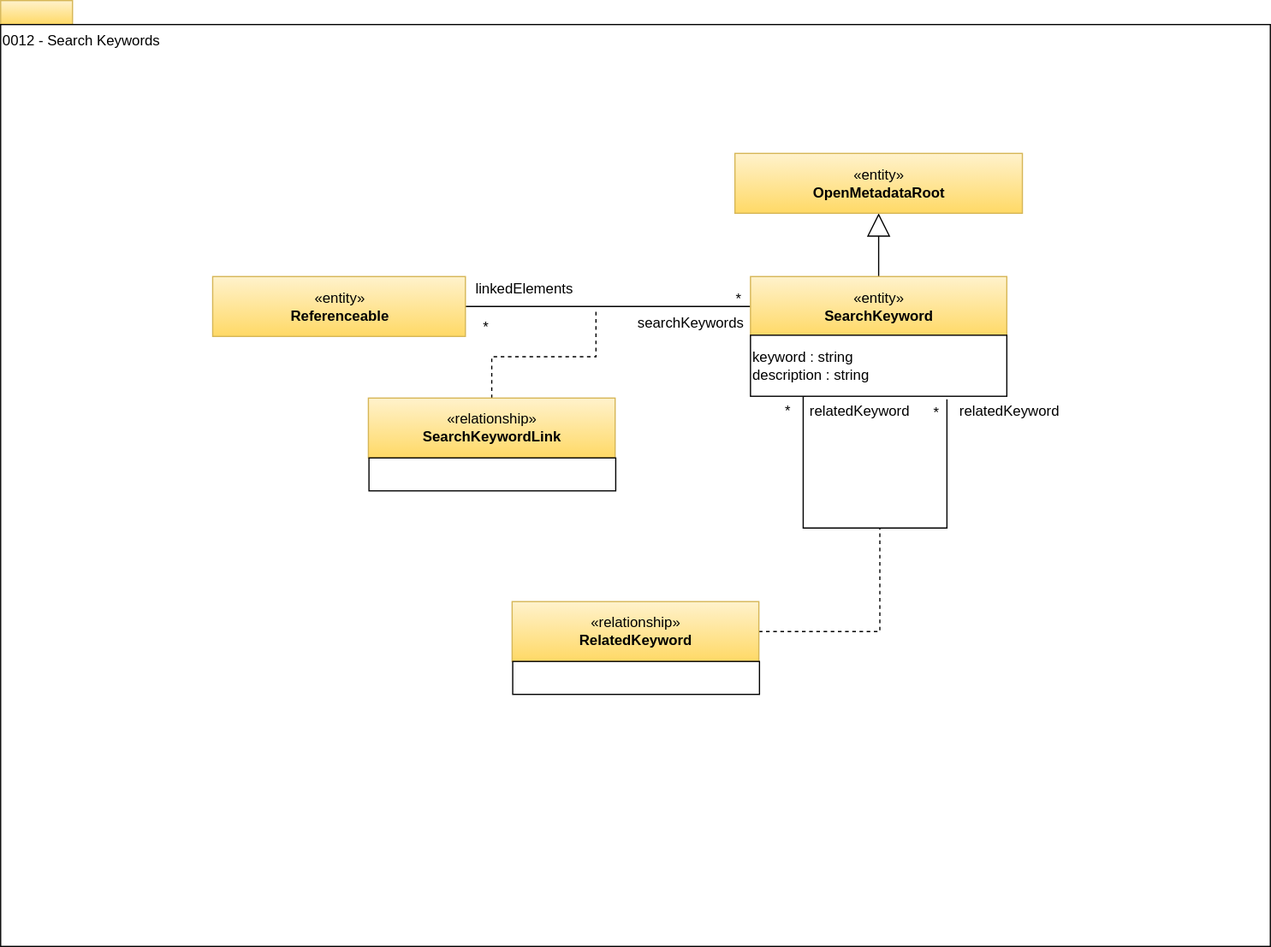
The draw.io diagram site/docs/types/0/0012-Search-Keywords.svg in odpi/egeria-docs, before a commit. Source tidied: cells renumbered, new cells last; positions are measured from the earlier drawing's top-left corner, leaving out a move shared by most shapes.
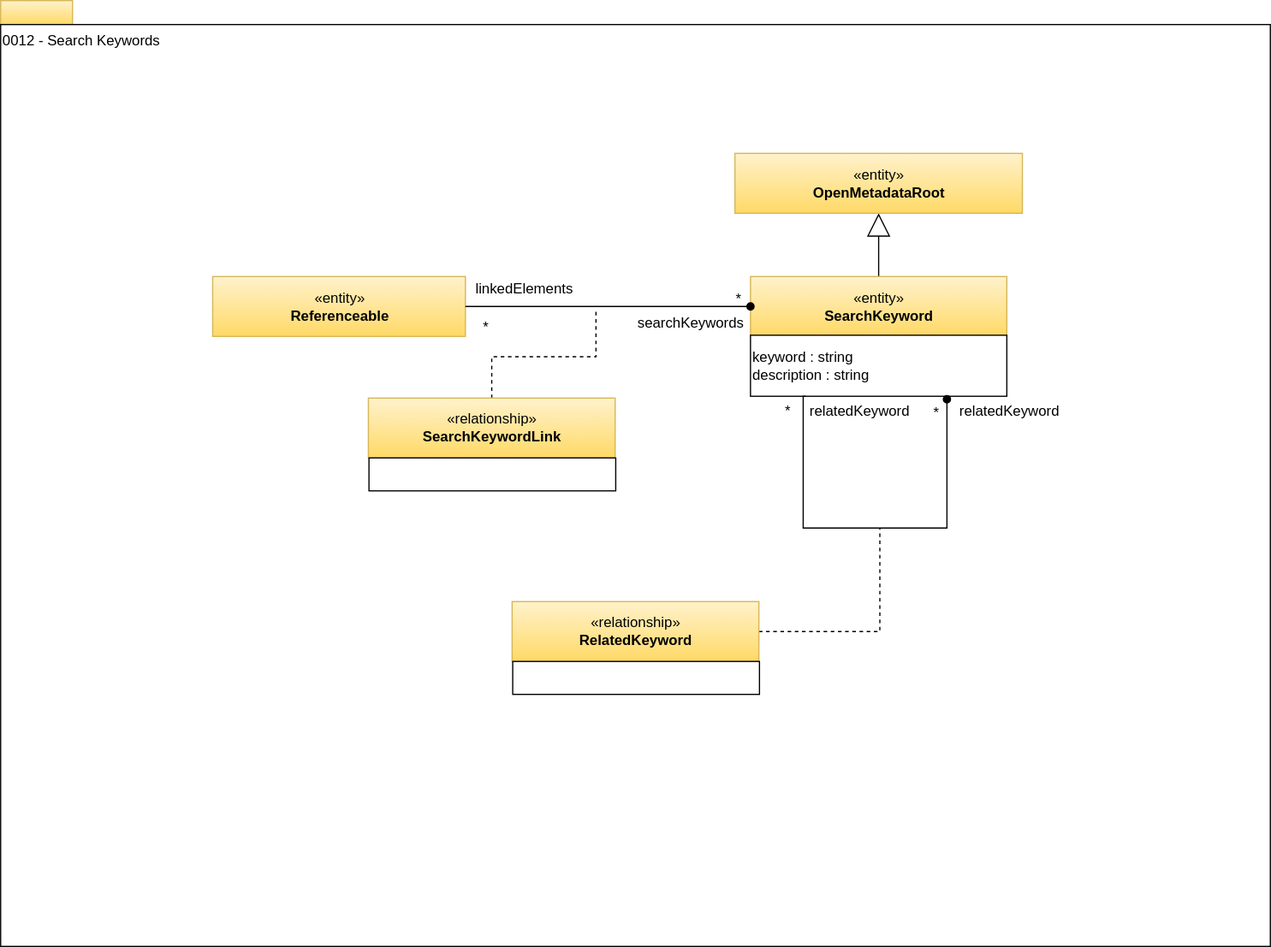
After the commit.

Diff of the diagram source:
```diff
@@ -8,83 +8,83 @@
     <mxCell id="3" value="0012 - Search Keywords" style="rounded=0;whiteSpace=wrap;html=1;align=left;verticalAlign=top;" parent="1" vertex="1">
       <mxGeometry y="20" width="1060" height="770" as="geometry" />
     </mxCell>
-    <mxCell id="4" style="edgeStyle=orthogonalEdgeStyle;rounded=0;html=1;exitX=0.05;exitY=-0.125;jettySize=auto;endArrow=none;endFill=0;exitDx=0;exitDy=0;exitPerimeter=0;" parent="1" edge="1" source="8">
+    <mxCell id="4" style="edgeStyle=orthogonalEdgeStyle;rounded=0;html=1;exitX=1;exitY=0.5;dashed=1;endArrow=none;endFill=0;jettySize=auto;" parent="1" edge="1" source="5">
       <mxGeometry relative="1" as="geometry">
-        <mxPoint x="790" y="333" as="targetPoint" />
-        <Array as="points">
-          <mxPoint x="670" y="330.5" />
-          <mxPoint x="670" y="440.5" />
-          <mxPoint x="790" y="440.5" />
-        </Array>
+        <mxPoint x="734" y="440.5" as="targetPoint" />
       </mxGeometry>
     </mxCell>
-    <mxCell id="5" style="edgeStyle=orthogonalEdgeStyle;rounded=0;html=1;exitX=1;exitY=0.5;dashed=1;endArrow=none;endFill=0;jettySize=auto;" parent="1" edge="1" source="6">
-      <mxGeometry relative="1" as="geometry">
-        <mxPoint x="734" y="440.5" as="targetPoint" />
-      </mxGeometry>
+    <mxCell id="5" value="«relationship»&lt;br&gt;&lt;b&gt;RelatedKeyword&lt;/b&gt;" style="html=1;strokeColor=#d6b656;align=center;fillColor=#fff2cc;gradientColor=#ffd966;" parent="1" vertex="1">
+      <mxGeometry x="427" y="502" width="206" height="50" as="geometry" />
     </mxCell>
-    <mxCell id="6" value="«relationship»&lt;br&gt;&lt;b&gt;RelatedKeyword&lt;/b&gt;" style="html=1;strokeColor=#d6b656;align=center;fillColor=#fff2cc;gradientColor=#ffd966;" parent="1" vertex="1">
-      <mxGeometry x="427" y="502" width="206" height="50" as="geometry" />
+    <mxCell id="6" style="rounded=0;whiteSpace=wrap;html=1;strokeColor=#000000;gradientColor=#ffffff;align=left;" parent="1" vertex="1">
+      <mxGeometry x="427.5" y="552" width="206" height="27.5" as="geometry" />
     </mxCell>
-    <mxCell id="7" style="rounded=0;whiteSpace=wrap;html=1;strokeColor=#000000;gradientColor=#ffffff;align=left;" parent="1" vertex="1">
-      <mxGeometry x="427.5" y="552" width="206" height="27.5" as="geometry" />
+    <mxCell id="7" value="relatedKeyword" style="text;html=1;points=[];align=center;verticalAlign=top;spacingTop=-4;" parent="1" vertex="1">
+      <mxGeometry x="667" y="333" width="100" height="20" as="geometry" />
     </mxCell>
-    <mxCell id="8" value="relatedKeyword" style="text;html=1;points=[];align=center;verticalAlign=top;spacingTop=-4;" parent="1" vertex="1">
-      <mxGeometry x="667" y="333" width="100" height="20" as="geometry" />
+    <mxCell id="8" value="*" style="text;html=1;points=[];align=center;verticalAlign=top;spacingTop=-4;" parent="1" vertex="1">
+      <mxGeometry x="647" y="333" width="20" height="20" as="geometry" />
     </mxCell>
     <mxCell id="9" value="*" style="text;html=1;align=center;verticalAlign=top;spacingTop=-4;" parent="1" vertex="1">
-      <mxGeometry x="647" y="333" width="20" height="20" as="geometry" />
+      <mxGeometry x="773" y="335" width="15" height="14" as="geometry" />
     </mxCell>
-    <mxCell id="10" value="*" style="text;html=1;align=center;verticalAlign=top;spacingTop=-4;" parent="1" vertex="1">
-      <mxGeometry x="773" y="335" width="15" height="14" as="geometry" />
+    <mxCell id="10" value="relatedKeyword" style="text;html=1;align=center;verticalAlign=top;spacingTop=-4;" parent="1" vertex="1">
+      <mxGeometry x="792" y="333" width="100" height="20" as="geometry" />
     </mxCell>
-    <mxCell id="11" value="relatedKeyword" style="text;html=1;points=[];align=center;verticalAlign=top;spacingTop=-4;" parent="1" vertex="1">
-      <mxGeometry x="792" y="333" width="100" height="20" as="geometry" />
+    <mxCell id="11" value="«entity»&lt;br&gt;&lt;b&gt;Referenceable&lt;/b&gt;" style="html=1;strokeColor=#d6b656;align=center;fillColor=#fff2cc;gradientColor=#ffd966;" parent="1" vertex="1">
+      <mxGeometry x="177" y="230.5" width="211" height="50" as="geometry" />
     </mxCell>
-    <mxCell id="12" style="edgeStyle=orthogonalEdgeStyle;rounded=0;jettySize=auto;html=1;exitX=1;exitY=0.5;exitDx=0;exitDy=0;endArrow=none;endFill=0;" parent="1" edge="1" source="13" target="15">
+    <mxCell id="12" style="edgeStyle=orthogonalEdgeStyle;rounded=0;jettySize=auto;html=1;entryX=0.5;entryY=1;entryDx=0;entryDy=0;endArrow=block;endFill=0;endSize=17;" parent="1" edge="1" source="13" target="22">
       <mxGeometry relative="1" as="geometry" />
     </mxCell>
-    <mxCell id="13" value="«entity»&lt;br&gt;&lt;b&gt;Referenceable&lt;/b&gt;" style="html=1;strokeColor=#d6b656;align=center;fillColor=#fff2cc;gradientColor=#ffd966;" parent="1" vertex="1">
-      <mxGeometry x="177" y="230.5" width="211" height="50" as="geometry" />
+    <mxCell id="13" value="«entity»&lt;br&gt;&lt;b&gt;SearchKeyword&lt;/b&gt;" style="html=1;strokeColor=#d6b656;align=center;fillColor=#fff2cc;gradientColor=#ffd966;" parent="1" vertex="1">
+      <mxGeometry x="626" y="230.5" width="214" height="50" as="geometry" />
     </mxCell>
-    <mxCell id="14" style="edgeStyle=orthogonalEdgeStyle;rounded=0;jettySize=auto;html=1;entryX=0.5;entryY=1;entryDx=0;entryDy=0;endArrow=block;endFill=0;endSize=17;" parent="1" edge="1" source="15" target="24">
-      <mxGeometry relative="1" as="geometry" />
+    <mxCell id="14" value="keyword : string&lt;br&gt;description : string&lt;br&gt;&lt;div style=&quot;text-align: left&quot;&gt;&lt;/div&gt;" style="rounded=0;whiteSpace=wrap;html=1;strokeColor=#000000;gradientColor=#ffffff;align=left;" parent="1" vertex="1">
+      <mxGeometry x="626" y="279.5" width="214" height="51" as="geometry" />
     </mxCell>
-    <mxCell id="15" value="«entity»&lt;br&gt;&lt;b&gt;SearchKeyword&lt;/b&gt;" style="html=1;strokeColor=#d6b656;align=center;fillColor=#fff2cc;gradientColor=#ffd966;" parent="1" vertex="1">
-      <mxGeometry x="626" y="230.5" width="214" height="50" as="geometry" />
+    <mxCell id="15" style="edgeStyle=orthogonalEdgeStyle;rounded=0;html=1;exitX=0.5;exitY=0;dashed=1;endArrow=none;endFill=0;jettySize=auto;exitDx=0;exitDy=0;" parent="1" edge="1" source="16">
+      <mxGeometry relative="1" as="geometry">
+        <mxPoint x="497" y="257.5" as="targetPoint" />
+        <Array as="points">
+          <mxPoint x="410" y="297.5" />
+          <mxPoint x="497" y="297.5" />
+        </Array>
+      </mxGeometry>
     </mxCell>
-    <mxCell id="16" value="keyword : string&lt;br&gt;description : string&lt;br&gt;&lt;div style=&quot;text-align: left&quot;&gt;&lt;/div&gt;" style="rounded=0;whiteSpace=wrap;html=1;strokeColor=#000000;gradientColor=#ffffff;align=left;" parent="1" vertex="1">
-      <mxGeometry x="626" y="279.5" width="214" height="51" as="geometry" />
+    <mxCell id="16" value="«relationship»&lt;br&gt;&lt;b&gt;SearchKeywordLink&lt;/b&gt;" style="html=1;strokeColor=#d6b656;align=center;fillColor=#fff2cc;gradientColor=#ffd966;" parent="1" vertex="1">
+      <mxGeometry x="307" y="332" width="206" height="50" as="geometry" />
     </mxCell>
-    <mxCell id="17" style="edgeStyle=orthogonalEdgeStyle;rounded=0;html=1;exitX=0.5;exitY=0;dashed=1;endArrow=none;endFill=0;jettySize=auto;exitDx=0;exitDy=0;" parent="1" edge="1" source="18">
-      <mxGeometry relative="1" as="geometry">
-        <mxPoint x="497" y="257.5" as="targetPoint" />
-        <Array as="points">
-          <mxPoint x="410" y="297.5" />
-          <mxPoint x="497" y="297.5" />
-        </Array>
-      </mxGeometry>
+    <mxCell id="17" style="rounded=0;whiteSpace=wrap;html=1;strokeColor=#000000;gradientColor=#ffffff;align=left;" parent="1" vertex="1">
+      <mxGeometry x="307.5" y="382" width="206" height="27.5" as="geometry" />
     </mxCell>
-    <mxCell id="18" value="«relationship»&lt;br&gt;&lt;b&gt;SearchKeywordLink&lt;/b&gt;" style="html=1;strokeColor=#d6b656;align=center;fillColor=#fff2cc;gradientColor=#ffd966;" parent="1" vertex="1">
-      <mxGeometry x="307" y="332" width="206" height="50" as="geometry" />
+    <mxCell id="18" value="linkedElements" style="text;html=1;points=[];align=center;verticalAlign=top;spacingTop=-4;" parent="1" vertex="1">
+      <mxGeometry x="387" y="230.5" width="100" height="20" as="geometry" />
     </mxCell>
-    <mxCell id="19" style="rounded=0;whiteSpace=wrap;html=1;strokeColor=#000000;gradientColor=#ffffff;align=left;" parent="1" vertex="1">
-      <mxGeometry x="307.5" y="382" width="206" height="27.5" as="geometry" />
+    <mxCell id="19" value="*" style="text;html=1;align=center;verticalAlign=top;spacingTop=-4;" parent="1" vertex="1">
+      <mxGeometry x="606" y="239.5" width="20" height="20" as="geometry" />
     </mxCell>
-    <mxCell id="20" value="linkedElements" style="text;html=1;align=center;verticalAlign=top;spacingTop=-4;" parent="1" vertex="1">
-      <mxGeometry x="387" y="230.5" width="100" height="20" as="geometry" />
+    <mxCell id="20" value="*" style="text;html=1;align=center;verticalAlign=top;spacingTop=-4;" parent="1" vertex="1">
+      <mxGeometry x="397" y="262.5" width="15" height="14" as="geometry" />
     </mxCell>
-    <mxCell id="21" value="*" style="text;html=1;align=center;verticalAlign=top;spacingTop=-4;" parent="1" vertex="1">
-      <mxGeometry x="606" y="239.5" width="20" height="20" as="geometry" />
+    <mxCell id="21" value="searchKeywords" style="text;html=1;align=center;verticalAlign=top;spacingTop=-4;" parent="1" vertex="1">
+      <mxGeometry x="526" y="259.5" width="100" height="20" as="geometry" />
     </mxCell>
-    <mxCell id="22" value="*" style="text;html=1;points=[];align=center;verticalAlign=top;spacingTop=-4;" parent="1" vertex="1">
-      <mxGeometry x="397" y="262.5" width="15" height="14" as="geometry" />
+    <mxCell id="22" value="«entity»&lt;br&gt;&lt;b&gt;OpenMetadataRoot&lt;/b&gt;" style="html=1;strokeColor=#d6b656;align=center;fillColor=#fff2cc;gradientColor=#ffd966;" parent="1" vertex="1">
+      <mxGeometry x="613" y="127.6" width="240" height="50" as="geometry" />
     </mxCell>
-    <mxCell id="23" value="searchKeywords" style="text;html=1;align=center;verticalAlign=top;spacingTop=-4;" parent="1" vertex="1">
-      <mxGeometry x="526" y="259.5" width="100" height="20" as="geometry" />
+    <mxCell id="23" style="edgeStyle=orthogonalEdgeStyle;rounded=0;jettySize=auto;html=1;exitX=1;exitY=0.5;exitDx=0;exitDy=0;endArrow=oval;endFill=1;" parent="1" edge="1" source="11" target="13">
+      <mxGeometry relative="1" as="geometry" />
     </mxCell>
-    <mxCell id="24" value="«entity»&lt;br&gt;&lt;b&gt;OpenMetadataRoot&lt;/b&gt;" style="html=1;strokeColor=#d6b656;align=center;fillColor=#fff2cc;gradientColor=#ffd966;" parent="1" vertex="1">
-      <mxGeometry x="613" y="127.6" width="240" height="50" as="geometry" />
+    <mxCell id="24" style="edgeStyle=orthogonalEdgeStyle;rounded=0;html=1;exitX=0.05;exitY=-0.125;jettySize=auto;endArrow=oval;endFill=1;exitDx=0;exitDy=0;exitPerimeter=0;" parent="1" edge="1" source="7">
+      <mxGeometry relative="1" as="geometry">
+        <mxPoint x="790" y="333" as="targetPoint" />
+        <Array as="points">
+          <mxPoint x="670" y="330.5" />
+          <mxPoint x="670" y="440.5" />
+          <mxPoint x="790" y="440.5" />
+        </Array>
+      </mxGeometry>
     </mxCell>
   </root>
 </mxGraphModel>
```
